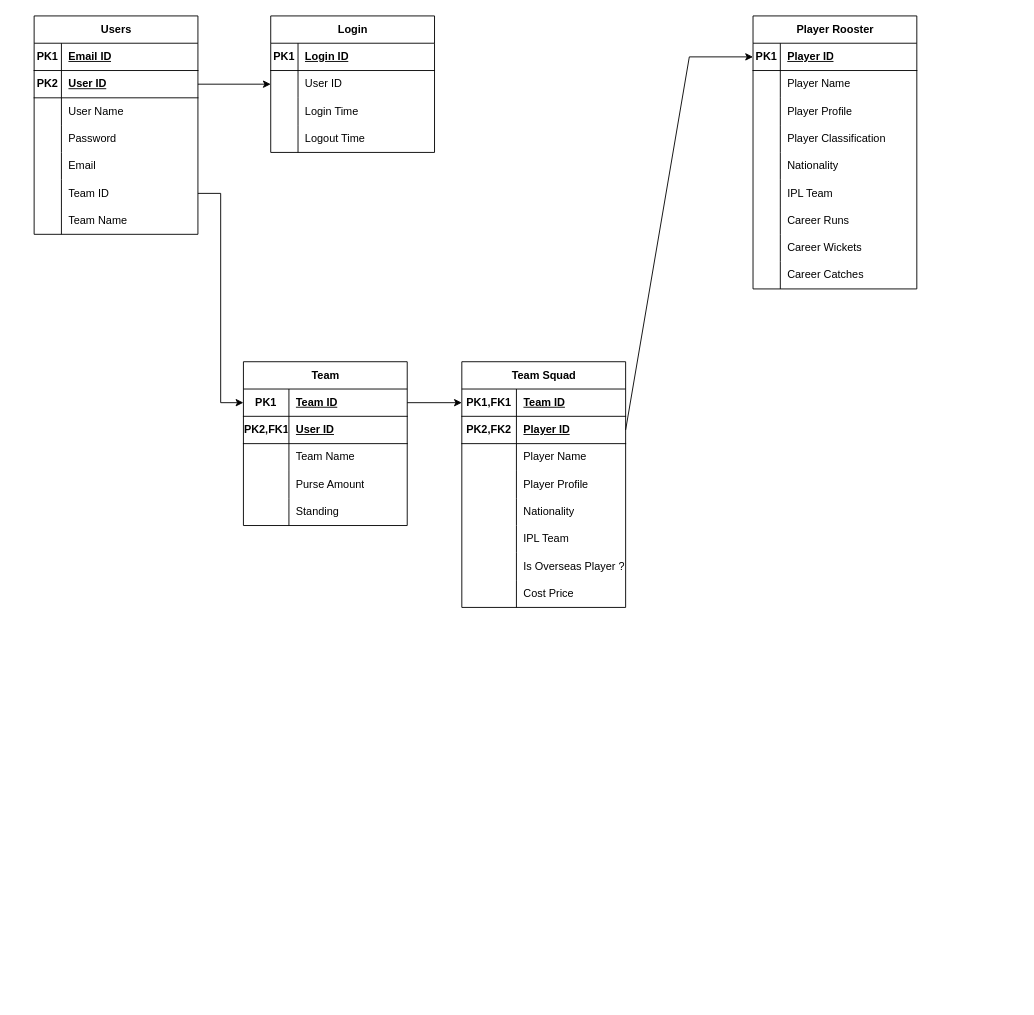
Above: ER Draft1.drawio in baaskt/cric-fantasy-db (draw.io), before the change. Source tidied: cells renumbered, new cells numbered last; positions are measured from the earlier drawing's top-left corner, leaving out a move shared by most shapes. Both pictures are drawn from the tidied source at 91%, with x=0, y=0 at pixel (34, 15).
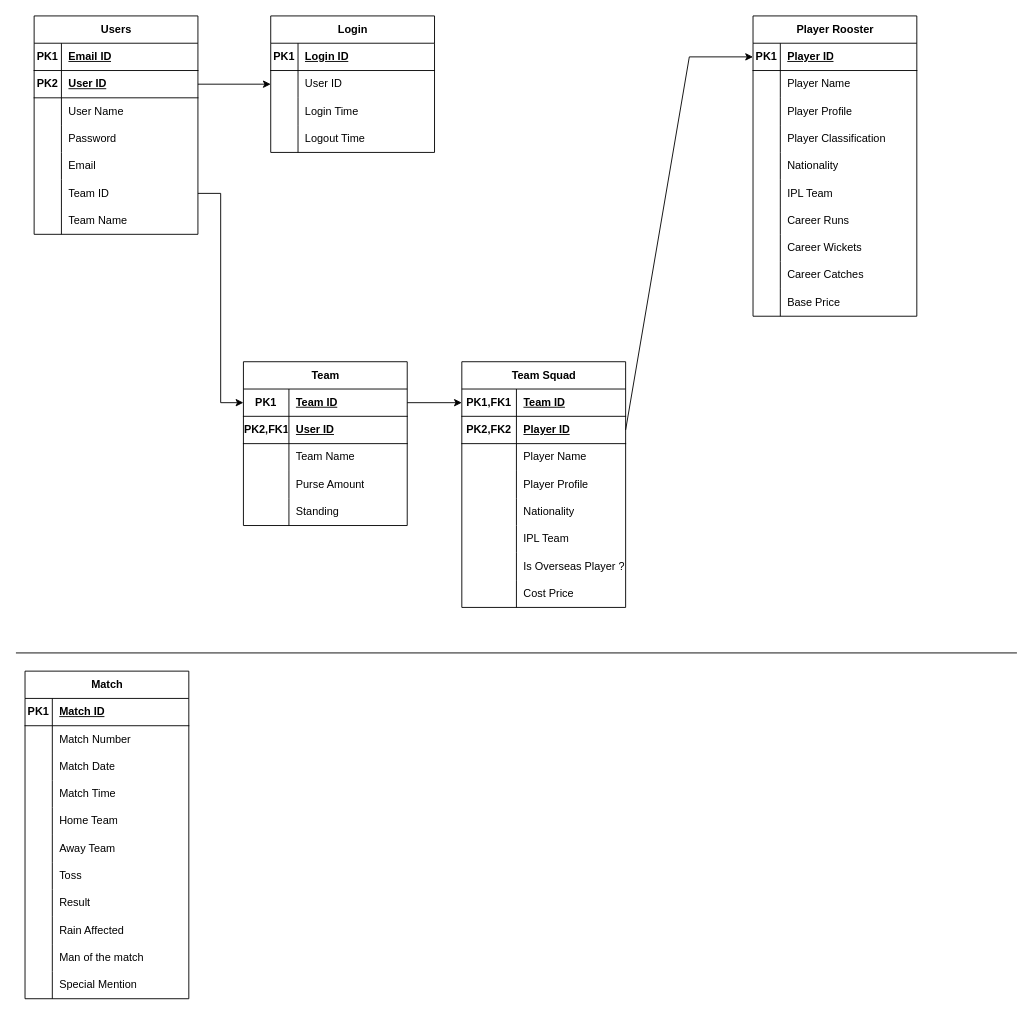
Above is the later version.

What changed in the source:
```diff
@@
     <mxCell id="69" value="Player Rooster" style="shape=table;startSize=30;childLayout=tableLayout;rowLines=0;fontStyle=1;align=center;html=1;" parent="1" vertex="1">
-      <mxGeometry x="790" width="180" height="300" as="geometry" />
+      <mxGeometry x="790" width="180" height="330" as="geometry" />
     </mxCell>
@@
+    <mxCell id="112" style="shape=tableRow;horizontal=0;startSize=0;swimlaneHead=0;swimlaneBody=0;fillColor=none;top=0;left=0;right=0;bottom=0;" parent="69" vertex="1">
+      <mxGeometry y="300" width="180" height="30" as="geometry" />
+    </mxCell>
+    <mxCell id="113" style="shape=partialRectangle;fillColor=none;top=0;left=0;bottom=0;right=0;overflow=hidden;whiteSpace=wrap;html=1;" parent="112" vertex="1">
+      <mxGeometry width="30" height="30" as="geometry" />
+    </mxCell>
+    <mxCell id="114" value="Base Price" style="shape=partialRectangle;fillColor=none;top=0;left=0;bottom=0;right=0;align=left;spacingLeft=6;overflow=hidden;whiteSpace=wrap;html=1;" parent="112" vertex="1">
+      <mxGeometry x="30" width="150" height="30" as="geometry" />
+    </mxCell>
@@
+    <mxCell id="115" value="Match" style="shape=table;startSize=30;childLayout=tableLayout;rowLines=0;fontStyle=1;align=center;html=1;" parent="1" vertex="1">
+      <mxGeometry x="-10" y="720" width="180" height="360" as="geometry" />
+    </mxCell>
+    <mxCell id="116" style="shape=tableRow;horizontal=0;startSize=0;swimlaneHead=0;swimlaneBody=0;fillColor=none;top=0;left=0;right=0;bottom=1;" parent="115" vertex="1">
+      <mxGeometry y="30" width="180" height="30" as="geometry" />
+    </mxCell>
+    <mxCell id="117" value="PK1" style="shape=partialRectangle;fillColor=none;top=0;left=0;bottom=0;right=0;fontStyle=1;overflow=hidden;whiteSpace=wrap;html=1;" parent="116" vertex="1">
+      <mxGeometry width="30" height="30" as="geometry" />
+    </mxCell>
+    <mxCell id="118" value="Match ID" style="shape=partialRectangle;fillColor=none;top=0;left=0;bottom=0;right=0;align=left;spacingLeft=6;fontStyle=5;overflow=hidden;whiteSpace=wrap;html=1;" parent="116" vertex="1">
+      <mxGeometry x="30" width="150" height="30" as="geometry" />
+    </mxCell>
+    <mxCell id="119" style="shape=tableRow;horizontal=0;startSize=0;swimlaneHead=0;swimlaneBody=0;fillColor=none;top=0;left=0;right=0;bottom=0;" parent="115" vertex="1">
+      <mxGeometry y="60" width="180" height="30" as="geometry" />
+    </mxCell>
+    <mxCell id="120" style="shape=partialRectangle;fillColor=none;top=0;left=0;bottom=0;right=0;overflow=hidden;whiteSpace=wrap;html=1;" parent="119" vertex="1">
+      <mxGeometry width="30" height="30" as="geometry" />
+    </mxCell>
+    <mxCell id="121" value="Match Number" style="shape=partialRectangle;fillColor=none;top=0;left=0;bottom=0;right=0;align=left;spacingLeft=6;overflow=hidden;whiteSpace=wrap;html=1;" parent="119" vertex="1">
+      <mxGeometry x="30" width="150" height="30" as="geometry" />
+    </mxCell>
+    <mxCell id="122" style="shape=tableRow;horizontal=0;startSize=0;swimlaneHead=0;swimlaneBody=0;fillColor=none;top=0;left=0;right=0;bottom=0;" parent="115" vertex="1">
+      <mxGeometry y="90" width="180" height="30" as="geometry" />
+    </mxCell>
+    <mxCell id="123" style="shape=partialRectangle;fillColor=none;top=0;left=0;bottom=0;right=0;overflow=hidden;whiteSpace=wrap;html=1;" parent="122" vertex="1">
+      <mxGeometry width="30" height="30" as="geometry" />
+    </mxCell>
+    <mxCell id="124" value="Match Date" style="shape=partialRectangle;fillColor=none;top=0;left=0;bottom=0;right=0;align=left;spacingLeft=6;overflow=hidden;whiteSpace=wrap;html=1;" parent="122" vertex="1">
+      <mxGeometry x="30" width="150" height="30" as="geometry" />
+    </mxCell>
+    <mxCell id="125" style="shape=tableRow;horizontal=0;startSize=0;swimlaneHead=0;swimlaneBody=0;fillColor=none;top=0;left=0;right=0;bottom=0;" parent="115" vertex="1">
+      <mxGeometry y="120" width="180" height="30" as="geometry" />
+    </mxCell>
+    <mxCell id="126" style="shape=partialRectangle;fillColor=none;top=0;left=0;bottom=0;right=0;overflow=hidden;whiteSpace=wrap;html=1;" parent="125" vertex="1">
+      <mxGeometry width="30" height="30" as="geometry" />
+    </mxCell>
+    <mxCell id="127" value="Match Time" style="shape=partialRectangle;fillColor=none;top=0;left=0;bottom=0;right=0;align=left;spacingLeft=6;overflow=hidden;whiteSpace=wrap;html=1;" parent="125" vertex="1">
+      <mxGeometry x="30" width="150" height="30" as="geometry" />
+    </mxCell>
+    <mxCell id="128" style="shape=tableRow;horizontal=0;startSize=0;swimlaneHead=0;swimlaneBody=0;fillColor=none;top=0;left=0;right=0;bottom=0;" parent="115" vertex="1">
+      <mxGeometry y="150" width="180" height="30" as="geometry" />
+    </mxCell>
+    <mxCell id="129" style="shape=partialRectangle;fillColor=none;top=0;left=0;bottom=0;right=0;overflow=hidden;whiteSpace=wrap;html=1;" parent="128" vertex="1">
+      <mxGeometry width="30" height="30" as="geometry" />
+    </mxCell>
+    <mxCell id="130" value="Home Team" style="shape=partialRectangle;fillColor=none;top=0;left=0;bottom=0;right=0;align=left;spacingLeft=6;overflow=hidden;whiteSpace=wrap;html=1;" parent="128" vertex="1">
+      <mxGeometry x="30" width="150" height="30" as="geometry" />
+    </mxCell>
+    <mxCell id="131" style="shape=tableRow;horizontal=0;startSize=0;swimlaneHead=0;swimlaneBody=0;fillColor=none;top=0;left=0;right=0;bottom=0;" parent="115" vertex="1">
+      <mxGeometry y="180" width="180" height="30" as="geometry" />
+    </mxCell>
+    <mxCell id="132" style="shape=partialRectangle;fillColor=none;top=0;left=0;bottom=0;right=0;overflow=hidden;whiteSpace=wrap;html=1;" parent="131" vertex="1">
+      <mxGeometry width="30" height="30" as="geometry" />
+    </mxCell>
+    <mxCell id="133" value="Away Team" style="shape=partialRectangle;fillColor=none;top=0;left=0;bottom=0;right=0;align=left;spacingLeft=6;overflow=hidden;whiteSpace=wrap;html=1;" parent="131" vertex="1">
+      <mxGeometry x="30" width="150" height="30" as="geometry" />
+    </mxCell>
+    <mxCell id="134" style="shape=tableRow;horizontal=0;startSize=0;swimlaneHead=0;swimlaneBody=0;fillColor=none;top=0;left=0;right=0;bottom=0;" parent="115" vertex="1">
+      <mxGeometry y="210" width="180" height="30" as="geometry" />
+    </mxCell>
+    <mxCell id="135" style="shape=partialRectangle;fillColor=none;top=0;left=0;bottom=0;right=0;overflow=hidden;whiteSpace=wrap;html=1;" parent="134" vertex="1">
+      <mxGeometry width="30" height="30" as="geometry" />
+    </mxCell>
+    <mxCell id="136" value="Toss" style="shape=partialRectangle;fillColor=none;top=0;left=0;bottom=0;right=0;align=left;spacingLeft=6;overflow=hidden;whiteSpace=wrap;html=1;" parent="134" vertex="1">
+      <mxGeometry x="30" width="150" height="30" as="geometry" />
+    </mxCell>
+    <mxCell id="137" style="shape=tableRow;horizontal=0;startSize=0;swimlaneHead=0;swimlaneBody=0;fillColor=none;top=0;left=0;right=0;bottom=0;" parent="115" vertex="1">
+      <mxGeometry y="240" width="180" height="30" as="geometry" />
+    </mxCell>
+    <mxCell id="138" style="shape=partialRectangle;fillColor=none;top=0;left=0;bottom=0;right=0;overflow=hidden;whiteSpace=wrap;html=1;" parent="137" vertex="1">
+      <mxGeometry width="30" height="30" as="geometry" />
+    </mxCell>
+    <mxCell id="139" value="Result" style="shape=partialRectangle;fillColor=none;top=0;left=0;bottom=0;right=0;align=left;spacingLeft=6;overflow=hidden;whiteSpace=wrap;html=1;" parent="137" vertex="1">
+      <mxGeometry x="30" width="150" height="30" as="geometry" />
+    </mxCell>
+    <mxCell id="140" style="shape=tableRow;horizontal=0;startSize=0;swimlaneHead=0;swimlaneBody=0;fillColor=none;top=0;left=0;right=0;bottom=0;" parent="115" vertex="1">
+      <mxGeometry y="270" width="180" height="30" as="geometry" />
+    </mxCell>
+    <mxCell id="141" style="shape=partialRectangle;fillColor=none;top=0;left=0;bottom=0;right=0;overflow=hidden;whiteSpace=wrap;html=1;" parent="140" vertex="1">
+      <mxGeometry width="30" height="30" as="geometry" />
+    </mxCell>
+    <mxCell id="142" value="Rain Affected" style="shape=partialRectangle;fillColor=none;top=0;left=0;bottom=0;right=0;align=left;spacingLeft=6;overflow=hidden;whiteSpace=wrap;html=1;" parent="140" vertex="1">
+      <mxGeometry x="30" width="150" height="30" as="geometry" />
+    </mxCell>
+    <mxCell id="143" style="shape=tableRow;horizontal=0;startSize=0;swimlaneHead=0;swimlaneBody=0;fillColor=none;top=0;left=0;right=0;bottom=0;" parent="115" vertex="1">
+      <mxGeometry y="300" width="180" height="30" as="geometry" />
+    </mxCell>
+    <mxCell id="144" style="shape=partialRectangle;fillColor=none;top=0;left=0;bottom=0;right=0;overflow=hidden;whiteSpace=wrap;html=1;" parent="143" vertex="1">
+      <mxGeometry width="30" height="30" as="geometry" />
+    </mxCell>
+    <mxCell id="145" value="Man of the match" style="shape=partialRectangle;fillColor=none;top=0;left=0;bottom=0;right=0;align=left;spacingLeft=6;overflow=hidden;whiteSpace=wrap;html=1;" parent="143" vertex="1">
+      <mxGeometry x="30" width="150" height="30" as="geometry" />
+    </mxCell>
+    <mxCell id="146" style="shape=tableRow;horizontal=0;startSize=0;swimlaneHead=0;swimlaneBody=0;fillColor=none;top=0;left=0;right=0;bottom=0;" parent="115" vertex="1">
+      <mxGeometry y="330" width="180" height="30" as="geometry" />
+    </mxCell>
+    <mxCell id="147" style="shape=partialRectangle;fillColor=none;top=0;left=0;bottom=0;right=0;overflow=hidden;whiteSpace=wrap;html=1;" parent="146" vertex="1">
+      <mxGeometry width="30" height="30" as="geometry" />
+    </mxCell>
+    <mxCell id="148" value="Special Mention" style="shape=partialRectangle;fillColor=none;top=0;left=0;bottom=0;right=0;align=left;spacingLeft=6;overflow=hidden;whiteSpace=wrap;html=1;" parent="146" vertex="1">
+      <mxGeometry x="30" width="150" height="30" as="geometry" />
+    </mxCell>
+    <mxCell id="149" style="endArrow=none;html=1;rounded=0;" parent="1" edge="1">
+      <mxGeometry relative="1" as="geometry">
+        <mxPoint x="-20" y="700" as="sourcePoint" />
+        <mxPoint x="1080" y="700" as="targetPoint" />
+      </mxGeometry>
+    </mxCell>
```
